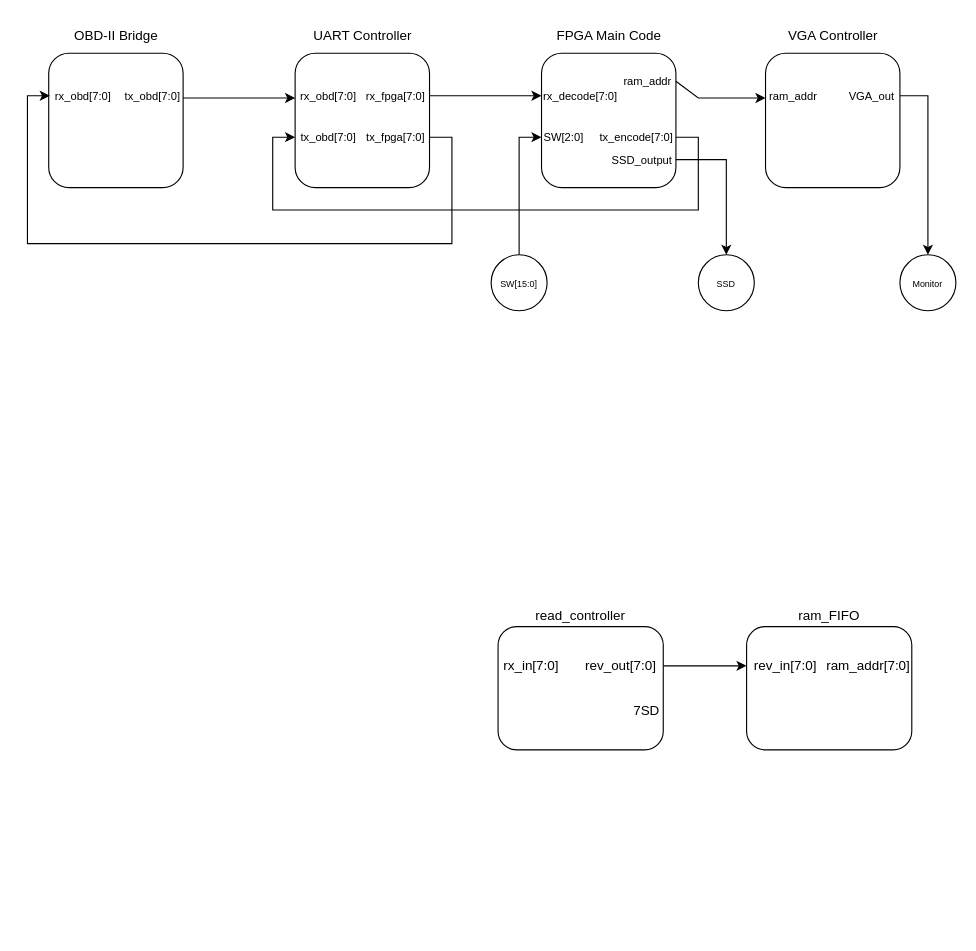
This is final_Project/BlockDiagrams/macroBlock.drawio from abhibogga/CSEE4280Workspace, a draw.io file, before an edit. Source tidied: cells renumbered, new cells numbered last; positions are measured from the earlier drawing's top-left corner, leaving out a move shared by most shapes. Both pictures are drawn from the tidied source at 112%, with x=0, y=0 at pixel (27, 19).
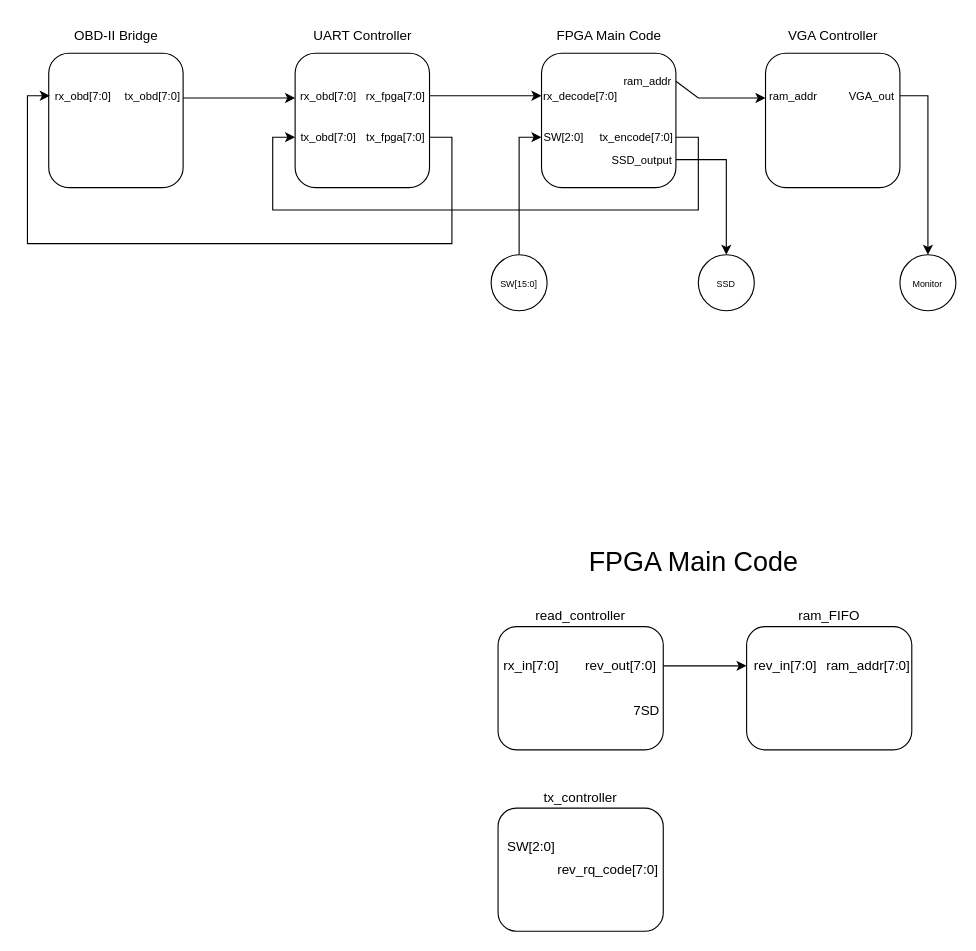
The same diagram, later.

Change to the diagram source:
```diff
@@
+    <mxCell id="44" value="tx_controller" style="text;html=1;align=center;verticalAlign=middle;whiteSpace=wrap;rounded=0;" parent="1" vertex="1">
+      <mxGeometry x="449" y="680" width="90" height="30" as="geometry" />
+    </mxCell>
+    <mxCell id="45" style="rounded=1;whiteSpace=wrap;html=1;" parent="1" vertex="1">
+      <mxGeometry x="420.2" y="704" width="147.5" height="110" as="geometry" />
+    </mxCell>
+    <mxCell id="46" value="SW[2:0]" style="text;html=1;align=center;verticalAlign=middle;whiteSpace=wrap;rounded=0;" parent="1" vertex="1">
+      <mxGeometry x="420.2" y="724" width="60" height="30" as="geometry" />
+    </mxCell>
+    <mxCell id="47" value="rev_rq_code[7:0]" style="text;html=1;align=center;verticalAlign=middle;whiteSpace=wrap;rounded=0;" parent="1" vertex="1">
+      <mxGeometry x="469" y="744" width="98.8" height="30" as="geometry" />
+    </mxCell>
+    <mxCell id="48" value="&lt;font style=&quot;font-size: 24px;&quot;&gt;FPGA Main Code&lt;/font&gt;" style="text;html=1;align=center;verticalAlign=middle;whiteSpace=wrap;rounded=0;" parent="1" vertex="1">
+      <mxGeometry x="480.2" y="470" width="230" height="30" as="geometry" />
+    </mxCell>
```
